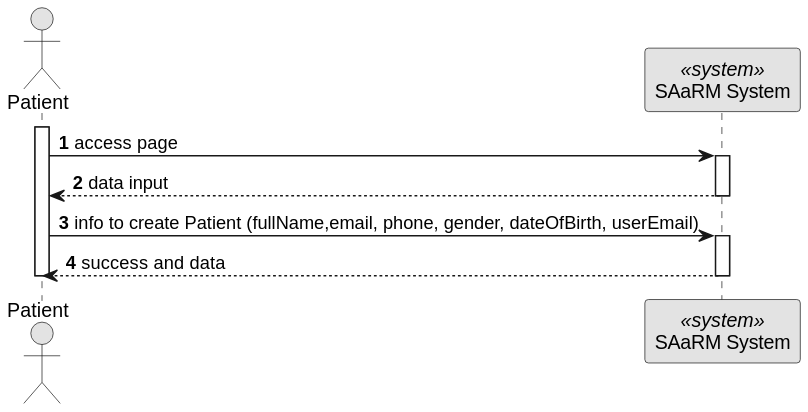
This is docs/BackofficeModule/5.1.3/sequence-diagram-1.svg from Ana-Miguel-Silva/SurgicalAppointmentAndResourceManagement, a PlantUML export, as it was before one commit. Its diagram source:
```plantuml
@startuml
skinparam monochrome true
skinparam packageStyle rectangle
skinparam shadowing false

autonumber

actor "Patient" as AD
participant "SAaRM System" as SYS <<system>>

activate AD
AD -> SYS: access page
activate SYS
SYS --> AD : data input
deactivate SYS
AD -> SYS : info to create Patient (fullName,email, phone, gender, dateOfBirth, userEmail)
activate SYS
SYS --> AD : success and data

deactivate SYS

deactivate AD
@enduml
```
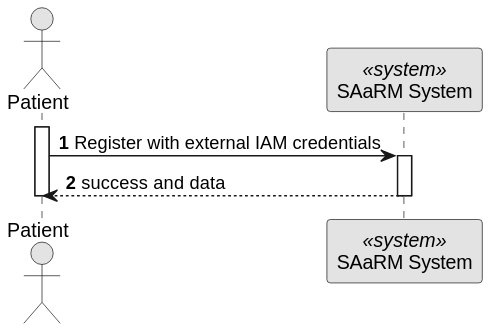
Above is the later version.

What changed in the source:
```diff
@@ -9,11 +9,7 @@
 participant "SAaRM System" as SYS <<system>>
 
 activate AD
-AD -> SYS: access page
-activate SYS
-SYS --> AD : data input
-deactivate SYS
-AD -> SYS : info to create Patient (fullName,email, phone, gender, dateOfBirth, userEmail)
+AD -> SYS : Register with external IAM credentials
 activate SYS
 SYS --> AD : success and data
 
```
